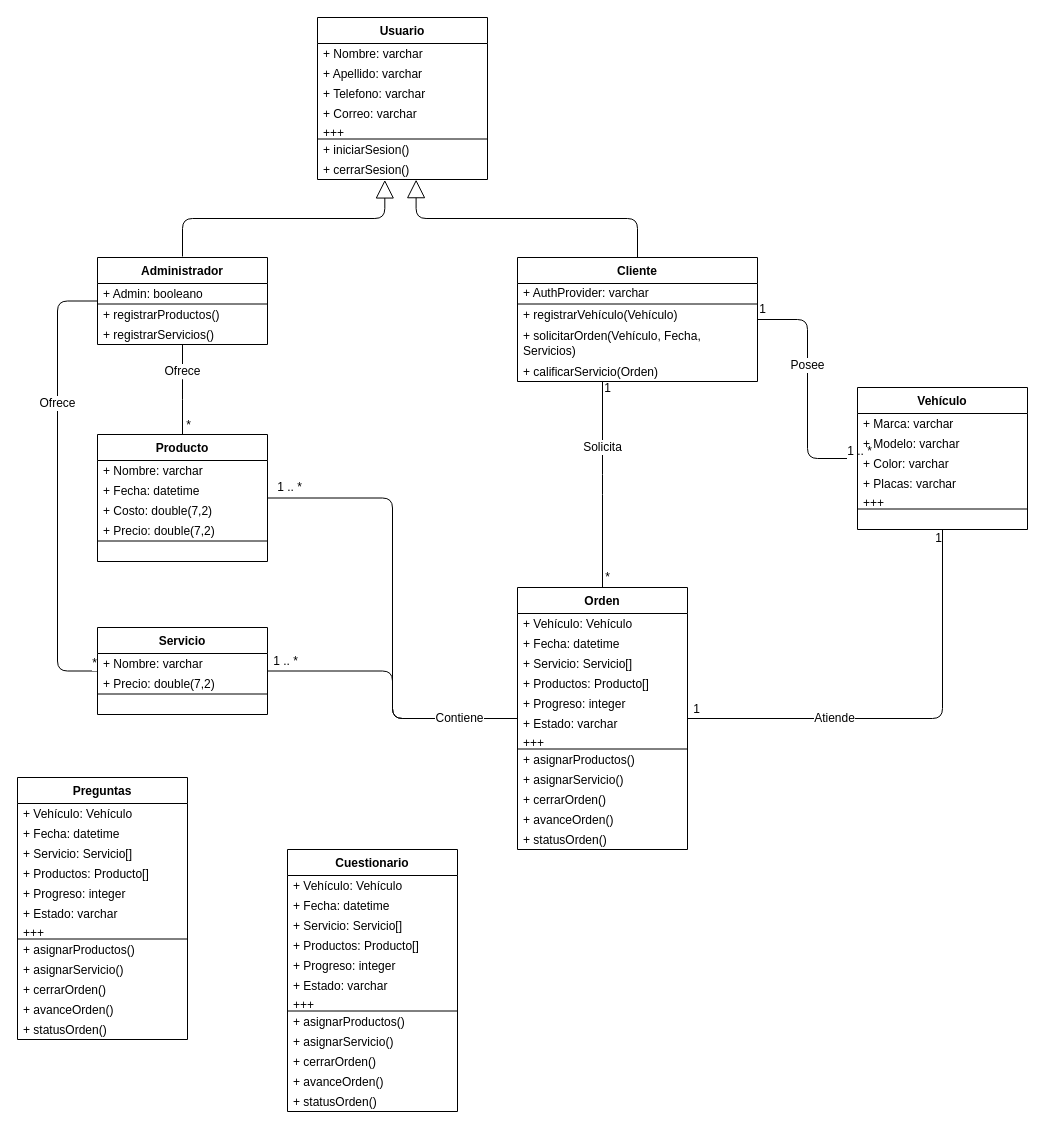
cgmerida/Diagramas-Autolite keeps this draw.io diagram as page "Diagrmas de Clases" (4 of 5) of Diagramas Autolite.drawio. Above is the earlier version. Source tidied: cells renumbered, new cells numbered last; positions are measured from the earlier drawing's top-left corner, leaving out a move shared by most shapes. Both pictures are drawn from the tidied source at 100%, with x=0, y=0 at pixel (17, 17).
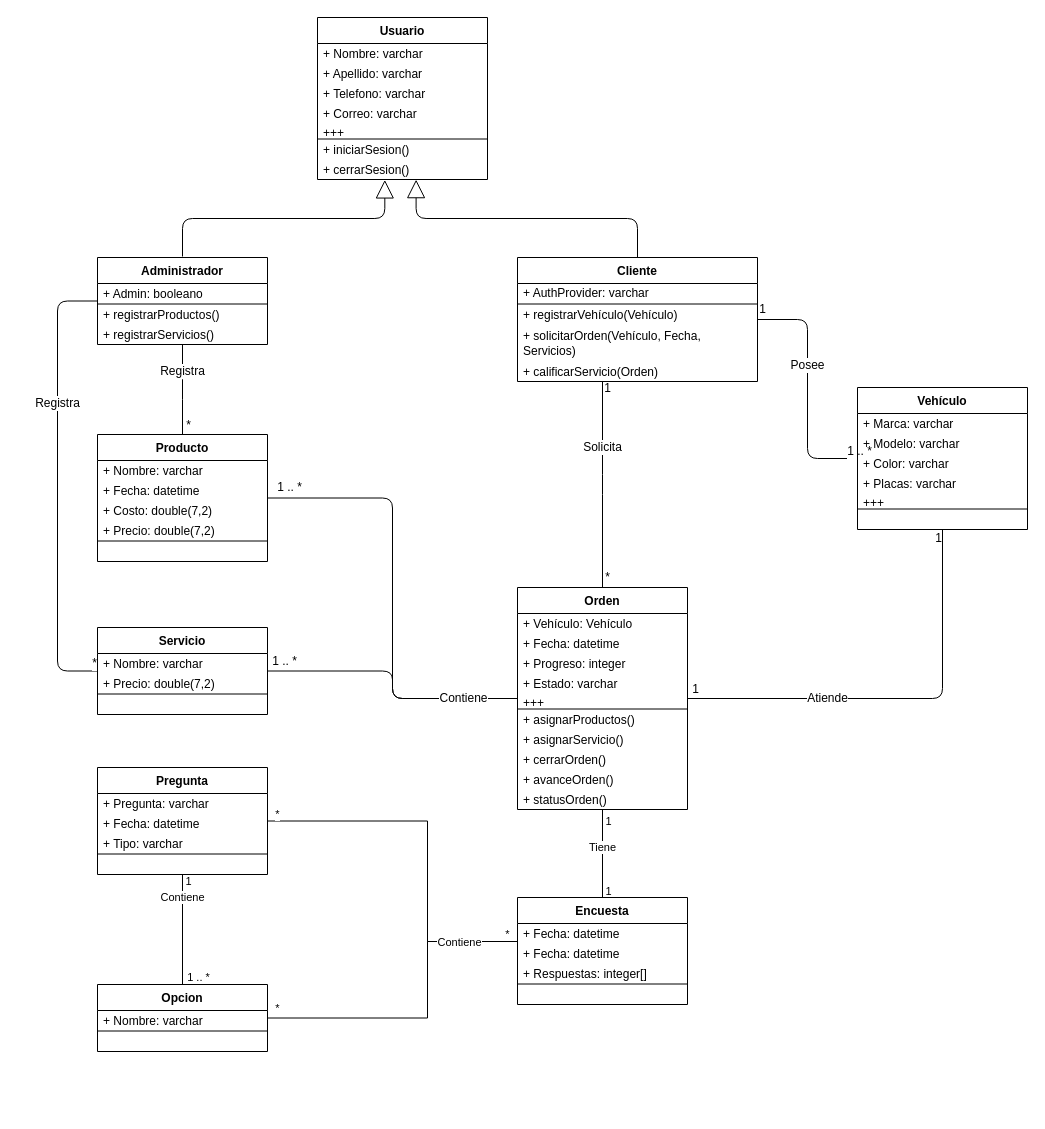
The same diagram, later.

The change refers to these unchanged cells:
```xml
<mxCell id="16" value="Administrador" style="swimlane;fontStyle=1;align=center;verticalAlign=top;horizontal=1;startSize=26;fillColor=#ffffff;gradientColor=#ffffff;" parent="1" vertex="1">
  <mxGeometry x="80" y="240" width="170" height="87" as="geometry" />
</mxCell>
<mxCell id="63" value="Servicio" style="swimlane;fontStyle=1;align=center;verticalAlign=top;horizontal=1;startSize=26;fillColor=#ffffff;gradientColor=#ffffff;" parent="1" vertex="1">
  <mxGeometry x="80" y="610" width="170" height="87" as="geometry" />
</mxCell>
<mxCell id="68" value="Producto" style="swimlane;fontStyle=1;align=center;verticalAlign=top;horizontal=1;startSize=26;fillColor=#ffffff;gradientColor=#ffffff;" parent="1" vertex="1">
  <mxGeometry x="80" y="417" width="170" height="127" as="geometry" />
</mxCell>
```

Diff of the diagram source:
```diff
@@
-    <mxCell id="12" value="Ofrece" style="edgeStyle=elbowEdgeStyle;jettySize=auto;html=1;endArrow=none;endFill=0;endSize=13;strokeWidth=1;fontSize=12;" parent="1" edge="1" source="16" target="68">
+    <mxCell id="12" value="Registra" style="edgeStyle=elbowEdgeStyle;jettySize=auto;html=1;endArrow=none;endFill=0;endSize=13;strokeWidth=1;fontSize=12;" parent="1" edge="1" source="16" target="68">
       <mxGeometry y="-18" relative="1" as="geometry">
         <mxPoint x="18" y="-18" as="offset" />
       </mxGeometry>
     </mxCell>
@@
-    <mxCell id="14" value="Ofrece" style="edgeStyle=elbowEdgeStyle;jettySize=auto;html=1;endArrow=none;endFill=0;endSize=13;strokeWidth=1;fontSize=12;" parent="1" edge="1" source="16" target="63">
+    <mxCell id="14" value="Registra" style="edgeStyle=elbowEdgeStyle;jettySize=auto;html=1;endArrow=none;endFill=0;endSize=13;strokeWidth=1;fontSize=12;" parent="1" edge="1" source="16" target="63">
       <mxGeometry x="-0.37" relative="1" as="geometry">
         <Array as="points">
           <mxPoint x="40" y="500" />
         </Array>
       </mxGeometry>
     </mxCell>
@@
+    <mxCell id="103" value="Tiene" style="edgeStyle=orthogonalEdgeStyle;rounded=0;jettySize=auto;html=1;startArrow=none;startFill=0;endArrow=none;endFill=0;" parent="1" edge="1" source="41" target="120">
+      <mxGeometry x="-0.14" relative="1" as="geometry" />
+    </mxCell>
+    <mxCell id="104" value="1" style="edgeLabel;html=1;align=center;verticalAlign=middle;" parent="103" vertex="1">
+      <mxGeometry x="-0.85" y="-2" relative="1" as="geometry">
+        <mxPoint x="7" y="4.9" as="offset" />
+      </mxGeometry>
+    </mxCell>
+    <mxCell id="105" value="1" style="edgeLabel;html=1;align=center;verticalAlign=middle;" parent="103" vertex="1">
+      <mxGeometry x="0.83" relative="1" as="geometry">
+        <mxPoint x="5" as="offset" />
+      </mxGeometry>
+    </mxCell>
     <mxCell id="41" value="Orden" style="swimlane;fontStyle=1;align=center;verticalAlign=top;horizontal=1;startSize=26;fillColor=#ffffff;gradientColor=#ffffff;" parent="1" vertex="1">
-      <mxGeometry x="500" y="570" width="170" height="262" as="geometry" />
+      <mxGeometry x="500" y="570" width="170" height="222" as="geometry" />
     </mxCell>
@@
-    <mxCell id="44" value="+ Servicio: Servicio[]" style="text;strokeColor=none;fillColor=none;align=left;verticalAlign=middle;spacingLeft=4;spacingRight=4;overflow=hidden;" parent="41" vertex="1">
-      <mxGeometry y="66" width="170" height="20" as="geometry" />
-    </mxCell>
-    <mxCell id="45" value="+ Productos: Producto[]" style="text;strokeColor=none;fillColor=none;align=left;verticalAlign=middle;spacingLeft=4;spacingRight=4;overflow=hidden;" parent="41" vertex="1">
-      <mxGeometry y="86" width="170" height="20" as="geometry" />
-    </mxCell>
     <mxCell id="46" value="+ Progreso: integer" style="text;strokeColor=none;fillColor=none;align=left;verticalAlign=middle;spacingLeft=4;spacingRight=4;overflow=hidden;" parent="41" vertex="1">
-      <mxGeometry y="106" width="170" height="20" as="geometry" />
+      <mxGeometry y="66" width="170" height="20" as="geometry" />
     </mxCell>
     <mxCell id="47" value="+ Estado: varchar" style="text;strokeColor=none;fillColor=none;align=left;verticalAlign=middle;spacingLeft=4;spacingRight=4;overflow=hidden;" parent="41" vertex="1">
-      <mxGeometry y="126" width="170" height="20" as="geometry" />
+      <mxGeometry y="86" width="170" height="20" as="geometry" />
     </mxCell>
     <mxCell id="48" value="+++" style="text;strokeColor=none;fillColor=none;align=left;verticalAlign=middle;spacingLeft=4;spacingRight=4;overflow=hidden;fontSize=12;horizontal=1;labelPosition=center;verticalLabelPosition=middle;textDirection=ltr;labelBackgroundColor=none;labelBorderColor=none;whiteSpace=wrap;" parent="41" vertex="1">
-      <mxGeometry y="146" width="170" height="15" as="geometry" />
+      <mxGeometry y="106" width="170" height="15" as="geometry" />
     </mxCell>
     <mxCell id="49" style="line;strokeWidth=1;fillColor=none;align=left;verticalAlign=middle;spacingTop=-1;spacingLeft=3;spacingRight=3;labelPosition=right;" parent="41" vertex="1">
-      <mxGeometry y="161" width="170" height="1" as="geometry" />
+      <mxGeometry y="121" width="170" height="1" as="geometry" />
     </mxCell>
     <mxCell id="50" value="+ asignarProductos()" style="text;strokeColor=none;fillColor=none;align=left;verticalAlign=middle;spacingLeft=4;spacingRight=4;overflow=hidden;" parent="41" vertex="1">
-      <mxGeometry y="162" width="170" height="20" as="geometry" />
+      <mxGeometry y="122" width="170" height="20" as="geometry" />
     </mxCell>
     <mxCell id="51" value="+ asignarServicio()" style="text;strokeColor=none;fillColor=none;align=left;verticalAlign=middle;spacingLeft=4;spacingRight=4;overflow=hidden;" parent="41" vertex="1">
-      <mxGeometry y="182" width="170" height="20" as="geometry" />
+      <mxGeometry y="142" width="170" height="20" as="geometry" />
     </mxCell>
     <mxCell id="52" value="+ cerrarOrden()" style="text;strokeColor=none;fillColor=none;align=left;verticalAlign=middle;spacingLeft=4;spacingRight=4;overflow=hidden;" parent="41" vertex="1">
-      <mxGeometry y="202" width="170" height="20" as="geometry" />
+      <mxGeometry y="162" width="170" height="20" as="geometry" />
     </mxCell>
     <mxCell id="53" value="+ avanceOrden()" style="text;strokeColor=none;fillColor=none;align=left;verticalAlign=middle;spacingLeft=4;spacingRight=4;overflow=hidden;" parent="41" vertex="1">
-      <mxGeometry y="222" width="170" height="20" as="geometry" />
+      <mxGeometry y="182" width="170" height="20" as="geometry" />
     </mxCell>
     <mxCell id="54" value="+ statusOrden()" style="text;strokeColor=none;fillColor=none;align=left;verticalAlign=middle;spacingLeft=4;spacingRight=4;overflow=hidden;" parent="41" vertex="1">
-      <mxGeometry y="242" width="170" height="20" as="geometry" />
+      <mxGeometry y="202" width="170" height="20" as="geometry" />
     </mxCell>
@@
-    <mxCell id="75" value="Cuestionario" style="swimlane;fontStyle=1;align=center;verticalAlign=top;horizontal=1;startSize=26;fillColor=#ffffff;gradientColor=#ffffff;" parent="1" vertex="1">
-      <mxGeometry x="270" y="832" width="170" height="262" as="geometry" />
-    </mxCell>
-    <mxCell id="76" value="+ Vehículo: Vehículo" style="text;strokeColor=none;fillColor=none;align=left;verticalAlign=middle;spacingLeft=4;spacingRight=4;overflow=hidden;" parent="75" vertex="1">
-      <mxGeometry y="26" width="170" height="20" as="geometry" />
-    </mxCell>
-    <mxCell id="77" value="+ Fecha: datetime" style="text;strokeColor=none;fillColor=none;align=left;verticalAlign=middle;spacingLeft=4;spacingRight=4;overflow=hidden;" parent="75" vertex="1">
-      <mxGeometry y="46" width="170" height="20" as="geometry" />
-    </mxCell>
-    <mxCell id="78" value="+ Servicio: Servicio[]" style="text;strokeColor=none;fillColor=none;align=left;verticalAlign=middle;spacingLeft=4;spacingRight=4;overflow=hidden;" parent="75" vertex="1">
-      <mxGeometry y="66" width="170" height="20" as="geometry" />
-    </mxCell>
-    <mxCell id="79" value="+ Productos: Producto[]" style="text;strokeColor=none;fillColor=none;align=left;verticalAlign=middle;spacingLeft=4;spacingRight=4;overflow=hidden;" parent="75" vertex="1">
-      <mxGeometry y="86" width="170" height="20" as="geometry" />
-    </mxCell>
-    <mxCell id="80" value="+ Progreso: integer" style="text;strokeColor=none;fillColor=none;align=left;verticalAlign=middle;spacingLeft=4;spacingRight=4;overflow=hidden;" parent="75" vertex="1">
-      <mxGeometry y="106" width="170" height="20" as="geometry" />
-    </mxCell>
-    <mxCell id="81" value="+ Estado: varchar" style="text;strokeColor=none;fillColor=none;align=left;verticalAlign=middle;spacingLeft=4;spacingRight=4;overflow=hidden;" parent="75" vertex="1">
-      <mxGeometry y="126" width="170" height="20" as="geometry" />
-    </mxCell>
-    <mxCell id="82" value="+++" style="text;strokeColor=none;fillColor=none;align=left;verticalAlign=middle;spacingLeft=4;spacingRight=4;overflow=hidden;fontSize=12;horizontal=1;labelPosition=center;verticalLabelPosition=middle;textDirection=ltr;labelBackgroundColor=none;labelBorderColor=none;whiteSpace=wrap;" parent="75" vertex="1">
-      <mxGeometry y="146" width="170" height="15" as="geometry" />
-    </mxCell>
-    <mxCell id="83" style="line;strokeWidth=1;fillColor=none;align=left;verticalAlign=middle;spacingTop=-1;spacingLeft=3;spacingRight=3;labelPosition=right;" parent="75" vertex="1">
-      <mxGeometry y="161" width="170" height="1" as="geometry" />
-    </mxCell>
-    <mxCell id="84" value="+ asignarProductos()" style="text;strokeColor=none;fillColor=none;align=left;verticalAlign=middle;spacingLeft=4;spacingRight=4;overflow=hidden;" parent="75" vertex="1">
-      <mxGeometry y="162" width="170" height="20" as="geometry" />
-    </mxCell>
-    <mxCell id="85" value="+ asignarServicio()" style="text;strokeColor=none;fillColor=none;align=left;verticalAlign=middle;spacingLeft=4;spacingRight=4;overflow=hidden;" parent="75" vertex="1">
-      <mxGeometry y="182" width="170" height="20" as="geometry" />
-    </mxCell>
-    <mxCell id="86" value="+ cerrarOrden()" style="text;strokeColor=none;fillColor=none;align=left;verticalAlign=middle;spacingLeft=4;spacingRight=4;overflow=hidden;" parent="75" vertex="1">
-      <mxGeometry y="202" width="170" height="20" as="geometry" />
-    </mxCell>
-    <mxCell id="87" value="+ avanceOrden()" style="text;strokeColor=none;fillColor=none;align=left;verticalAlign=middle;spacingLeft=4;spacingRight=4;overflow=hidden;" parent="75" vertex="1">
-      <mxGeometry y="222" width="170" height="20" as="geometry" />
-    </mxCell>
-    <mxCell id="88" value="+ statusOrden()" style="text;strokeColor=none;fillColor=none;align=left;verticalAlign=middle;spacingLeft=4;spacingRight=4;overflow=hidden;" parent="75" vertex="1">
-      <mxGeometry y="242" width="170" height="20" as="geometry" />
-    </mxCell>
+    <mxCell id="106" value="Contiene" style="edgeStyle=orthogonalEdgeStyle;rounded=0;jettySize=auto;html=1;startArrow=none;startFill=0;endArrow=none;endFill=0;" parent="1" edge="1" source="89" target="116">
+      <mxGeometry x="-0.58" relative="1" as="geometry" />
+    </mxCell>
+    <mxCell id="107" value="1" style="edgeLabel;html=1;align=center;verticalAlign=middle;" parent="106" vertex="1">
+      <mxGeometry x="-0.89" y="-2" relative="1" as="geometry">
+        <mxPoint x="7" as="offset" />
+      </mxGeometry>
+    </mxCell>
+    <mxCell id="108" value="1 .. *" style="edgeLabel;html=1;align=center;verticalAlign=middle;" parent="106" vertex="1">
+      <mxGeometry x="0.8" y="-1" relative="1" as="geometry">
+        <mxPoint x="16" y="3.8" as="offset" />
+      </mxGeometry>
+    </mxCell>
+    <mxCell id="109" style="edgeStyle=orthogonalEdgeStyle;rounded=0;jettySize=auto;html=1;startArrow=none;startFill=0;endArrow=none;endFill=0;" parent="1" edge="1" source="89" target="120">
+      <mxGeometry relative="1" as="geometry">
+        <Array as="points">
+          <mxPoint x="410" y="804" />
+          <mxPoint x="410" y="924" />
+        </Array>
+      </mxGeometry>
+    </mxCell>
+    <mxCell id="110" value="*" style="edgeLabel;html=1;align=center;verticalAlign=middle;" parent="109" vertex="1">
+      <mxGeometry x="-0.89" y="2" relative="1" as="geometry">
+        <mxPoint x="-10.3" y="-5.5" as="offset" />
+      </mxGeometry>
+    </mxCell>
-    <mxCell id="89" value="Preguntas" style="swimlane;fontStyle=1;align=center;verticalAlign=top;horizontal=1;startSize=26;fillColor=#ffffff;gradientColor=#ffffff;" parent="1" vertex="1">
-      <mxGeometry y="760" width="170" height="262" as="geometry" />
+    <mxCell id="89" value="Pregunta" style="swimlane;fontStyle=1;align=center;verticalAlign=top;horizontal=1;startSize=26;fillColor=#ffffff;gradientColor=#ffffff;" parent="1" vertex="1">
+      <mxGeometry x="80" y="750" width="170" height="107" as="geometry" />
     </mxCell>
-    <mxCell id="90" value="+ Vehículo: Vehículo" style="text;strokeColor=none;fillColor=none;align=left;verticalAlign=middle;spacingLeft=4;spacingRight=4;overflow=hidden;" parent="89" vertex="1">
+    <mxCell id="90" value="+ Pregunta: varchar" style="text;strokeColor=none;fillColor=none;align=left;verticalAlign=middle;spacingLeft=4;spacingRight=4;overflow=hidden;" parent="89" vertex="1">
       <mxGeometry y="26" width="170" height="20" as="geometry" />
     </mxCell>
@@
-    <mxCell id="92" value="+ Servicio: Servicio[]" style="text;strokeColor=none;fillColor=none;align=left;verticalAlign=middle;spacingLeft=4;spacingRight=4;overflow=hidden;" parent="89" vertex="1">
-      <mxGeometry y="66" width="170" height="20" as="geometry" />
-    </mxCell>
-    <mxCell id="93" value="+ Productos: Producto[]" style="text;strokeColor=none;fillColor=none;align=left;verticalAlign=middle;spacingLeft=4;spacingRight=4;overflow=hidden;" parent="89" vertex="1">
-      <mxGeometry y="86" width="170" height="20" as="geometry" />
-    </mxCell>
-    <mxCell id="94" value="+ Progreso: integer" style="text;strokeColor=none;fillColor=none;align=left;verticalAlign=middle;spacingLeft=4;spacingRight=4;overflow=hidden;" parent="89" vertex="1">
-      <mxGeometry y="106" width="170" height="20" as="geometry" />
-    </mxCell>
-    <mxCell id="95" value="+ Estado: varchar" style="text;strokeColor=none;fillColor=none;align=left;verticalAlign=middle;spacingLeft=4;spacingRight=4;overflow=hidden;" parent="89" vertex="1">
-      <mxGeometry y="126" width="170" height="20" as="geometry" />
-    </mxCell>
-    <mxCell id="96" value="+++" style="text;strokeColor=none;fillColor=none;align=left;verticalAlign=middle;spacingLeft=4;spacingRight=4;overflow=hidden;fontSize=12;horizontal=1;labelPosition=center;verticalLabelPosition=middle;textDirection=ltr;labelBackgroundColor=none;labelBorderColor=none;whiteSpace=wrap;" parent="89" vertex="1">
-      <mxGeometry y="146" width="170" height="15" as="geometry" />
-    </mxCell>
+    <mxCell id="111" value="+ Tipo: varchar" style="text;strokeColor=none;fillColor=none;align=left;verticalAlign=middle;spacingLeft=4;spacingRight=4;overflow=hidden;" parent="89" vertex="1">
+      <mxGeometry y="66" width="170" height="20" as="geometry" />
+    </mxCell>
     <mxCell id="97" style="line;strokeWidth=1;fillColor=none;align=left;verticalAlign=middle;spacingTop=-1;spacingLeft=3;spacingRight=3;labelPosition=right;" parent="89" vertex="1">
-      <mxGeometry y="161" width="170" height="1" as="geometry" />
+      <mxGeometry y="86" width="170" height="1" as="geometry" />
     </mxCell>
-    <mxCell id="98" value="+ asignarProductos()" style="text;strokeColor=none;fillColor=none;align=left;verticalAlign=middle;spacingLeft=4;spacingRight=4;overflow=hidden;" parent="89" vertex="1">
-      <mxGeometry y="162" width="170" height="20" as="geometry" />
-    </mxCell>
-    <mxCell id="99" value="+ asignarServicio()" style="text;strokeColor=none;fillColor=none;align=left;verticalAlign=middle;spacingLeft=4;spacingRight=4;overflow=hidden;" parent="89" vertex="1">
-      <mxGeometry y="182" width="170" height="20" as="geometry" />
+    <mxCell id="99" value=" " style="text;strokeColor=none;fillColor=none;align=left;verticalAlign=middle;spacingLeft=4;spacingRight=4;overflow=hidden;" parent="89" vertex="1">
+      <mxGeometry y="87" width="170" height="20" as="geometry" />
     </mxCell>
-    <mxCell id="100" value="+ cerrarOrden()" style="text;strokeColor=none;fillColor=none;align=left;verticalAlign=middle;spacingLeft=4;spacingRight=4;overflow=hidden;" parent="89" vertex="1">
-      <mxGeometry y="202" width="170" height="20" as="geometry" />
-    </mxCell>
-    <mxCell id="101" value="+ avanceOrden()" style="text;strokeColor=none;fillColor=none;align=left;verticalAlign=middle;spacingLeft=4;spacingRight=4;overflow=hidden;" parent="89" vertex="1">
-      <mxGeometry y="222" width="170" height="20" as="geometry" />
-    </mxCell>
-    <mxCell id="102" value="+ statusOrden()" style="text;strokeColor=none;fillColor=none;align=left;verticalAlign=middle;spacingLeft=4;spacingRight=4;overflow=hidden;" parent="89" vertex="1">
-      <mxGeometry y="242" width="170" height="20" as="geometry" />
-    </mxCell>
+    <mxCell id="112" style="edgeStyle=orthogonalEdgeStyle;rounded=0;jettySize=auto;html=1;startArrow=none;startFill=0;endArrow=none;endFill=0;" parent="1" edge="1" source="116" target="120">
+      <mxGeometry relative="1" as="geometry">
+        <Array as="points">
+          <mxPoint x="410" y="1001" />
+          <mxPoint x="410" y="924" />
+        </Array>
+      </mxGeometry>
+    </mxCell>
+    <mxCell id="113" value="*" style="edgeLabel;html=1;align=center;verticalAlign=middle;" parent="112" vertex="1">
+      <mxGeometry x="0.92" y="2" relative="1" as="geometry">
+        <mxPoint x="2.8" y="-6" as="offset" />
+      </mxGeometry>
+    </mxCell>
+    <mxCell id="114" value="Contiene" style="edgeLabel;html=1;align=center;verticalAlign=middle;" parent="112" vertex="1">
+      <mxGeometry x="0.64" relative="1" as="geometry" />
+    </mxCell>
+    <mxCell id="115" value="*" style="edgeLabel;html=1;align=center;verticalAlign=middle;" parent="112" vertex="1">
+      <mxGeometry x="-0.9" relative="1" as="geometry">
+        <mxPoint x="-6.7" y="-10.5" as="offset" />
+      </mxGeometry>
+    </mxCell>
+    <mxCell id="116" value="Opcion" style="swimlane;fontStyle=1;align=center;verticalAlign=top;horizontal=1;startSize=26;fillColor=#ffffff;gradientColor=#ffffff;" parent="1" vertex="1">
+      <mxGeometry x="80" y="967" width="170" height="67" as="geometry" />
+    </mxCell>
+    <mxCell id="117" value="+ Nombre: varchar" style="text;strokeColor=none;fillColor=none;align=left;verticalAlign=middle;spacingLeft=4;spacingRight=4;overflow=hidden;" parent="116" vertex="1">
+      <mxGeometry y="26" width="170" height="20" as="geometry" />
+    </mxCell>
+    <mxCell id="118" style="line;strokeWidth=1;fillColor=none;align=left;verticalAlign=middle;spacingTop=-1;spacingLeft=3;spacingRight=3;labelPosition=right;" parent="116" vertex="1">
+      <mxGeometry y="46" width="170" height="1" as="geometry" />
+    </mxCell>
+    <mxCell id="119" value=" " style="text;strokeColor=none;fillColor=none;align=left;verticalAlign=middle;spacingLeft=4;spacingRight=4;overflow=hidden;" parent="116" vertex="1">
+      <mxGeometry y="47" width="170" height="20" as="geometry" />
+    </mxCell>
+    <mxCell id="120" value="Encuesta" style="swimlane;fontStyle=1;align=center;verticalAlign=top;horizontal=1;startSize=26;fillColor=#ffffff;gradientColor=#ffffff;" parent="1" vertex="1">
+      <mxGeometry x="500" y="880" width="170" height="107" as="geometry" />
+    </mxCell>
+    <mxCell id="121" value="+ Fecha: datetime" style="text;strokeColor=none;fillColor=none;align=left;verticalAlign=middle;spacingLeft=4;spacingRight=4;overflow=hidden;" parent="120" vertex="1">
+      <mxGeometry y="26" width="170" height="20" as="geometry" />
+    </mxCell>
+    <mxCell id="77" value="+ Fecha: datetime" style="text;strokeColor=none;fillColor=none;align=left;verticalAlign=middle;spacingLeft=4;spacingRight=4;overflow=hidden;" parent="120" vertex="1">
+      <mxGeometry y="46" width="170" height="20" as="geometry" />
+    </mxCell>
+    <mxCell id="122" value="+ Respuestas: integer[]" style="text;strokeColor=none;fillColor=none;align=left;verticalAlign=middle;spacingLeft=4;spacingRight=4;overflow=hidden;" parent="120" vertex="1">
+      <mxGeometry y="66" width="170" height="20" as="geometry" />
+    </mxCell>
+    <mxCell id="123" style="line;strokeWidth=1;fillColor=none;align=left;verticalAlign=middle;spacingTop=-1;spacingLeft=3;spacingRight=3;labelPosition=right;" parent="120" vertex="1">
+      <mxGeometry y="86" width="170" height="1" as="geometry" />
+    </mxCell>
+    <mxCell id="124" value=" " style="text;strokeColor=none;fillColor=none;align=left;verticalAlign=middle;spacingLeft=4;spacingRight=4;overflow=hidden;" parent="120" vertex="1">
+      <mxGeometry y="87" width="170" height="20" as="geometry" />
+    </mxCell>
```
